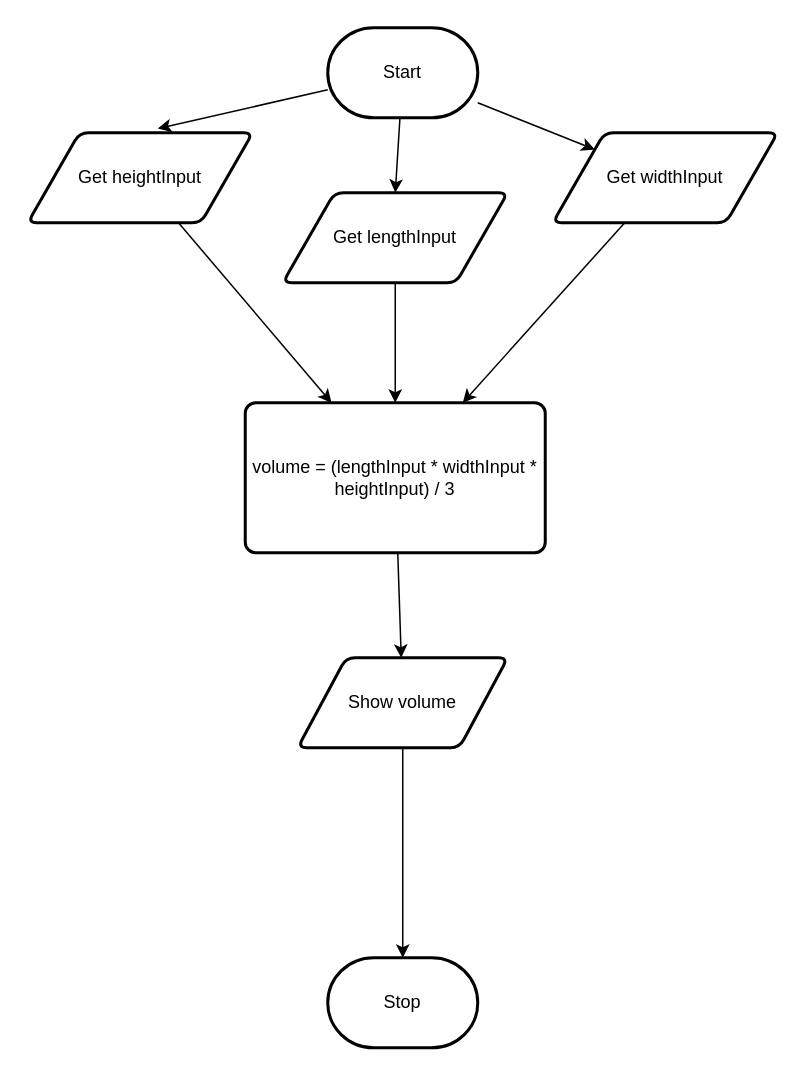
This is design/flowchart.drawio from MTHS-ICD2O-1-2023/ICD2O-Unit-3-02-kai-nguyen-4, a draw.io file, before an edit. Source tidied: cells renumbered, new cells numbered last; positions are measured from the earlier drawing's top-left corner, leaving out a move shared by most shapes. Both pictures are drawn from the tidied source at 150%, with x=0, y=0 at pixel (27, 27).
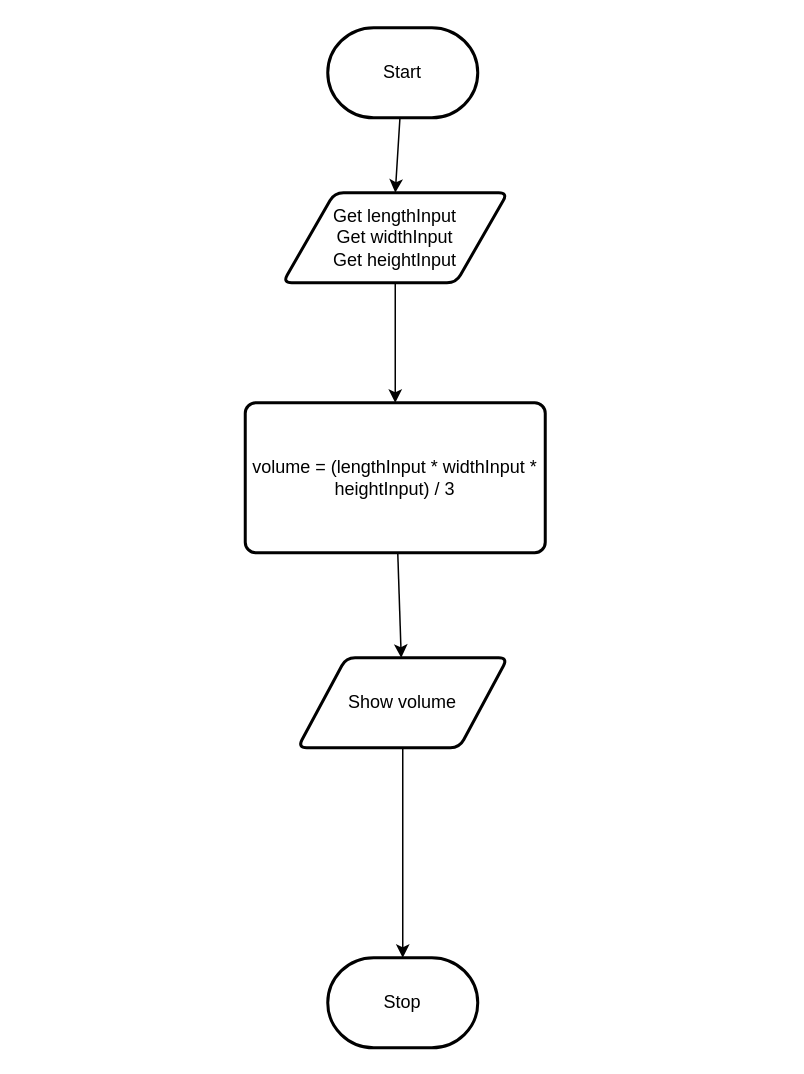
After the change.

Change to the diagram source:
```diff
@@
 <mxGraphModel>
   <root>
     <mxCell id="0" />
     <mxCell id="1" parent="0" />
     <mxCell id="2" style="edgeStyle=none;html=1;entryX=0.5;entryY=0;entryDx=0;entryDy=0;" parent="1" edge="1" source="5" target="8">
       <mxGeometry relative="1" as="geometry" />
     </mxCell>
-    <mxCell id="3" style="edgeStyle=none;html=1;entryX=0.578;entryY=-0.047;entryDx=0;entryDy=0;entryPerimeter=0;" parent="1" edge="1" source="5" target="10">
-      <mxGeometry relative="1" as="geometry" />
-    </mxCell>
-    <mxCell id="4" style="edgeStyle=none;html=1;" parent="1" edge="1" source="5" target="12">
-      <mxGeometry relative="1" as="geometry" />
-    </mxCell>
     <mxCell id="5" value="Start" style="strokeWidth=2;html=1;shape=mxgraph.flowchart.terminator;whiteSpace=wrap;" parent="1" vertex="1">
       <mxGeometry x="200" width="100" height="60" as="geometry" />
     </mxCell>
     <mxCell id="6" value="Stop" style="strokeWidth=2;html=1;shape=mxgraph.flowchart.terminator;whiteSpace=wrap;" parent="1" vertex="1">
       <mxGeometry x="200" y="620" width="100" height="60" as="geometry" />
     </mxCell>
     <mxCell id="7" style="edgeStyle=none;html=1;" parent="1" edge="1" source="8" target="14">
       <mxGeometry relative="1" as="geometry" />
     </mxCell>
-    <mxCell id="8" value="Get lengthInput" style="shape=parallelogram;html=1;strokeWidth=2;perimeter=parallelogramPerimeter;whiteSpace=wrap;rounded=1;arcSize=12;size=0.23;" parent="1" vertex="1">
+    <mxCell id="8" value="Get lengthInput&lt;br&gt;Get widthInput&lt;br&gt;Get heightInput" style="shape=parallelogram;html=1;strokeWidth=2;perimeter=parallelogramPerimeter;whiteSpace=wrap;rounded=1;arcSize=12;size=0.23;" parent="1" vertex="1">
       <mxGeometry x="170" y="110" width="150" height="60" as="geometry" />
     </mxCell>
-    <mxCell id="9" style="edgeStyle=none;html=1;" parent="1" edge="1" source="10" target="14">
-      <mxGeometry relative="1" as="geometry" />
-    </mxCell>
-    <mxCell id="10" value="Get heightInput" style="shape=parallelogram;html=1;strokeWidth=2;perimeter=parallelogramPerimeter;whiteSpace=wrap;rounded=1;arcSize=12;size=0.23;" parent="1" vertex="1">
-      <mxGeometry y="70" width="150" height="60" as="geometry" />
-    </mxCell>
-    <mxCell id="11" style="edgeStyle=none;html=1;" parent="1" edge="1" source="12" target="14">
-      <mxGeometry relative="1" as="geometry" />
-    </mxCell>
-    <mxCell id="12" value="Get widthInput" style="shape=parallelogram;html=1;strokeWidth=2;perimeter=parallelogramPerimeter;whiteSpace=wrap;rounded=1;arcSize=12;size=0.23;" parent="1" vertex="1">
-      <mxGeometry x="350" y="70" width="150" height="60" as="geometry" />
-    </mxCell>
     <mxCell id="13" style="edgeStyle=none;html=1;" parent="1" edge="1" source="14" target="16">
       <mxGeometry relative="1" as="geometry" />
     </mxCell>
     <mxCell id="14" value="volume = (lengthInput * widthInput * heightInput) / 3" style="rounded=1;whiteSpace=wrap;html=1;absoluteArcSize=1;arcSize=14;strokeWidth=2;" parent="1" vertex="1">
       <mxGeometry x="145" y="250" width="200" height="100" as="geometry" />
     </mxCell>
     <mxCell id="15" style="edgeStyle=none;html=1;" parent="1" edge="1" source="16" target="6">
       <mxGeometry relative="1" as="geometry" />
     </mxCell>
     <mxCell id="16" value="Show volume" style="shape=parallelogram;html=1;strokeWidth=2;perimeter=parallelogramPerimeter;whiteSpace=wrap;rounded=1;arcSize=12;size=0.23;" parent="1" vertex="1">
       <mxGeometry x="180" y="420" width="140" height="60" as="geometry" />
     </mxCell>
   </root>
 </mxGraphModel>
```
